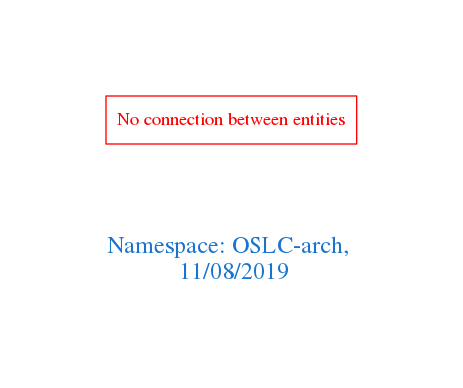
Before: downloads/OSLC-arch.png, a diagram exported from Graphviz (arago/OGIT). Its source is kept beside it as downloads/OSLC-arch.dot.
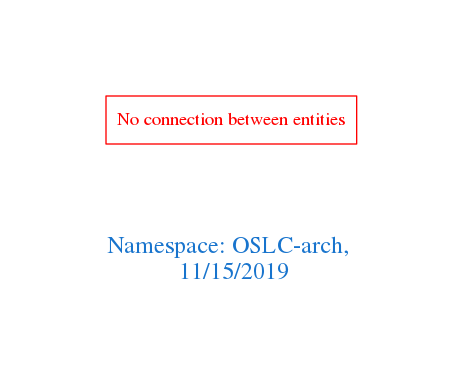
Later version of the same file.

Diff of the diagram source:
```diff
@@ -1,7 +1,7 @@
 digraph OGIT_ontology {
  graph [ rankdir= LR,pad=1
 fontsize = 18,
-fontcolor= dodgerblue3,label = "\n\n\nNamespace: OSLC-arch, \n 11/08/2019"];
+fontcolor= dodgerblue3,label = "\n\n\nNamespace: OSLC-arch, \n 11/15/2019"];
 node[shape=polygon];
 edge [  color="gray81"];
 
```
